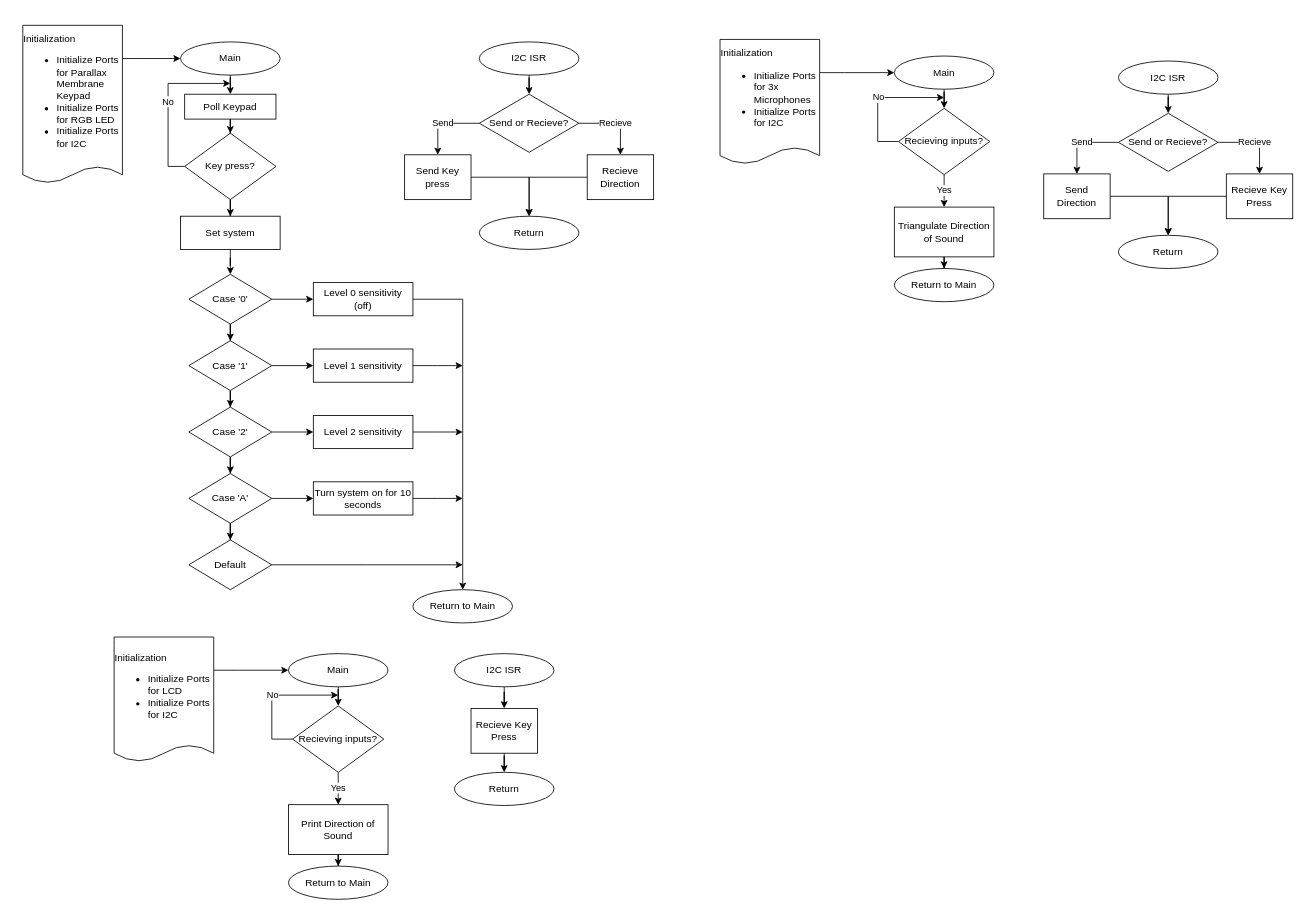
Earlier version of the draw.io diagram docs/assets/FlowChart-gabby.drawio (msu-eele-465/final-project-gabriellaLord). Source tidied: cells renumbered, new cells numbered last; positions are measured from the earlier drawing's top-left corner, leaving out a move shared by most shapes. Both pictures are drawn from the tidied source at 83%, with x=0, y=0 at pixel (22, 25).
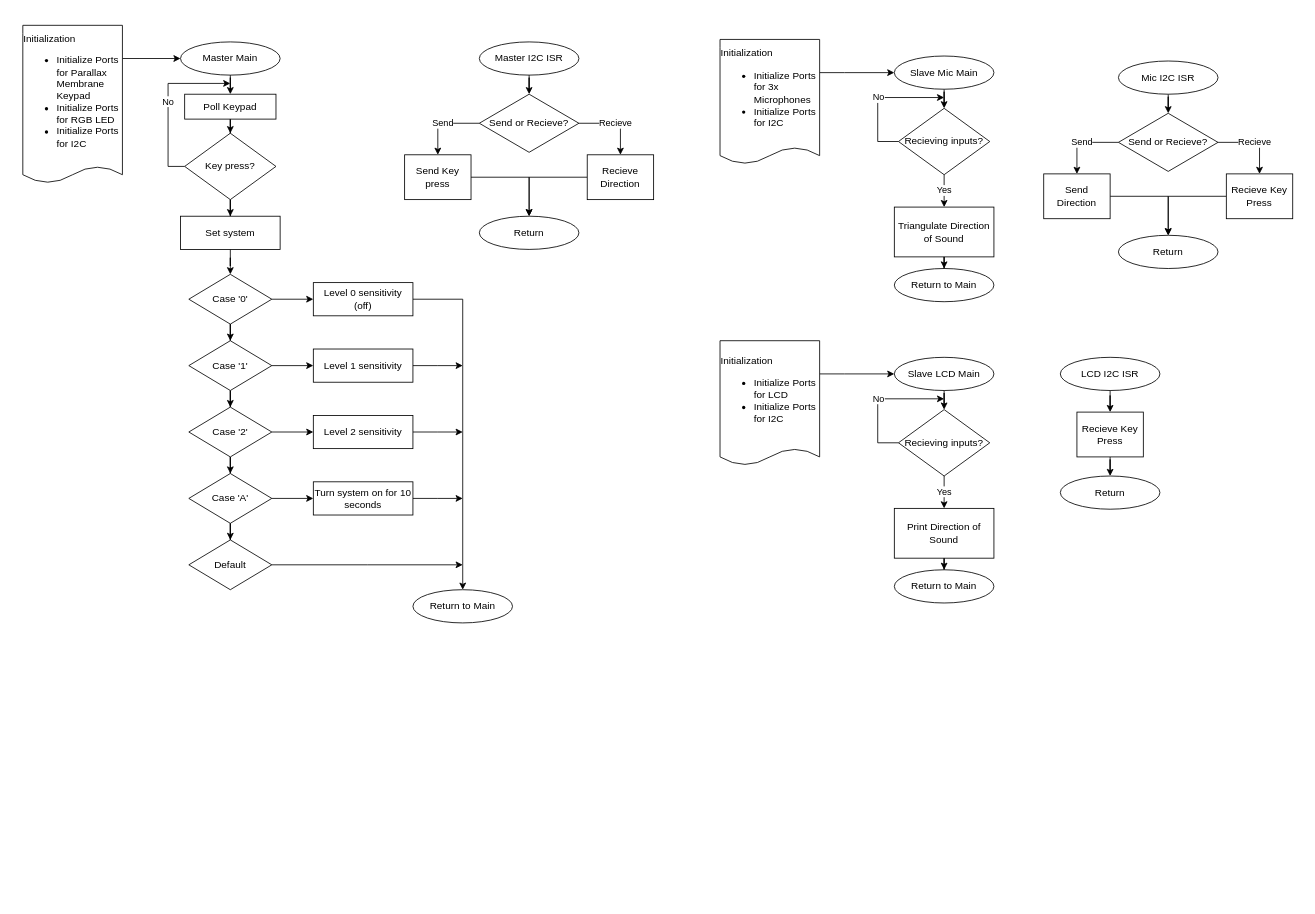
After the change.

Commit message (it also covers changes not shown here):
Background of flowchart and circuit diagram now opaque

Change to the diagram source:
```diff
@@
+    <mxCell id="81" style="rounded=0;whiteSpace=wrap;html=1;strokeColor=none;" parent="1" vertex="1">
+      <mxGeometry x="-10" y="-13" width="1550" height="750" as="geometry" />
+    </mxCell>
@@
-    <mxCell id="5" value="Main" style="ellipse;whiteSpace=wrap;html=1;" parent="1" vertex="1">
+    <mxCell id="5" value="Master Main" style="ellipse;whiteSpace=wrap;html=1;" parent="1" vertex="1">
       <mxGeometry x="190" y="20" width="120" height="40" as="geometry" />
     </mxCell>
@@
-    <mxCell id="39" value="I2C ISR" style="ellipse;whiteSpace=wrap;html=1;" parent="1" vertex="1">
+    <mxCell id="39" value="Master I2C ISR" style="ellipse;whiteSpace=wrap;html=1;" parent="1" vertex="1">
       <mxGeometry x="550" y="20" width="120" height="40" as="geometry" />
     </mxCell>
@@
-    <mxCell id="49" value="Main" style="ellipse;whiteSpace=wrap;html=1;" parent="1" vertex="1">
+    <mxCell id="49" value="Slave Mic Main" style="ellipse;whiteSpace=wrap;html=1;" parent="1" vertex="1">
       <mxGeometry x="1050" y="37" width="120" height="40" as="geometry" />
     </mxCell>
@@
-    <mxCell id="57" value="I2C ISR" style="ellipse;whiteSpace=wrap;html=1;" parent="1" vertex="1">
+    <mxCell id="57" value="Mic I2C ISR" style="ellipse;whiteSpace=wrap;html=1;" parent="1" vertex="1">
       <mxGeometry x="1320" y="43" width="120" height="40" as="geometry" />
     </mxCell>
@@
     <mxCell id="66" style="edgeStyle=orthogonalEdgeStyle;rounded=0;jettySize=auto;html=1;entryX=0;entryY=0.5;entryDx=0;entryDy=0;" parent="1" edge="1" source="67" target="69">
       <mxGeometry relative="1" as="geometry">
         <Array as="points">
-          <mxPoint x="260" y="777" />
-          <mxPoint x="260" y="777" />
+          <mxPoint x="990" y="420" />
+          <mxPoint x="990" y="420" />
         </Array>
       </mxGeometry>
     </mxCell>
     <mxCell id="67" value="&lt;div style=&quot;text-align: left;&quot;&gt;&lt;span style=&quot;background-color: initial;&quot;&gt;Initialization&lt;/span&gt;&lt;/div&gt;&lt;div style=&quot;text-align: left;&quot;&gt;&lt;ul&gt;&lt;li&gt;&lt;span style=&quot;background-color: initial;&quot;&gt;Initialize Ports for LCD&lt;/span&gt;&lt;/li&gt;&lt;li&gt;&lt;span style=&quot;background-color: initial;&quot;&gt;Initialize Ports for I2C&lt;/span&gt;&lt;/li&gt;&lt;/ul&gt;&lt;/div&gt;" style="shape=document;whiteSpace=wrap;html=1;boundedLbl=1;size=0.13333333333333333;" parent="1" vertex="1">
-      <mxGeometry x="110" y="737" width="120" height="150" as="geometry" />
+      <mxGeometry x="840" y="380" width="120" height="150" as="geometry" />
     </mxCell>
@@
-    <mxCell id="69" value="Main" style="ellipse;whiteSpace=wrap;html=1;" parent="1" vertex="1">
-      <mxGeometry x="320" y="757" width="120" height="40" as="geometry" />
+    <mxCell id="69" value="Slave LCD Main" style="ellipse;whiteSpace=wrap;html=1;" parent="1" vertex="1">
+      <mxGeometry x="1050" y="400" width="120" height="40" as="geometry" />
     </mxCell>
     <mxCell id="70" value="No" style="edgeStyle=orthogonalEdgeStyle;rounded=0;jettySize=auto;html=1;" parent="1" edge="1" source="72">
       <mxGeometry relative="1" as="geometry">
-        <mxPoint x="380" y="807" as="targetPoint" />
+        <mxPoint x="1110" y="450" as="targetPoint" />
         <Array as="points">
-          <mxPoint x="300" y="860" />
-          <mxPoint x="300" y="807" />
+          <mxPoint x="1030" y="503" />
+          <mxPoint x="1030" y="450" />
         </Array>
       </mxGeometry>
     </mxCell>
@@
     <mxCell id="72" value="Recieving inputs?" style="rhombus;whiteSpace=wrap;html=1;" parent="1" vertex="1">
-      <mxGeometry x="325" y="820" width="110" height="80" as="geometry" />
+      <mxGeometry x="1055" y="463" width="110" height="80" as="geometry" />
     </mxCell>
@@
     <mxCell id="74" value="Print Direction of Sound" style="rounded=0;whiteSpace=wrap;html=1;" parent="1" vertex="1">
-      <mxGeometry x="320" y="939" width="120" height="60" as="geometry" />
+      <mxGeometry x="1050" y="582" width="120" height="60" as="geometry" />
     </mxCell>
     <mxCell id="75" value="Return to Main" style="ellipse;whiteSpace=wrap;html=1;" parent="1" vertex="1">
-      <mxGeometry x="320" y="1013" width="120" height="40" as="geometry" />
+      <mxGeometry x="1050" y="656" width="120" height="40" as="geometry" />
     </mxCell>
@@
-    <mxCell id="77" value="I2C ISR" style="ellipse;whiteSpace=wrap;html=1;" parent="1" vertex="1">
-      <mxGeometry x="520" y="757" width="120" height="40" as="geometry" />
+    <mxCell id="77" value="LCD I2C ISR" style="ellipse;whiteSpace=wrap;html=1;" parent="1" vertex="1">
+      <mxGeometry x="1250" y="400" width="120" height="40" as="geometry" />
     </mxCell>
     <mxCell id="78" value="Return" style="ellipse;whiteSpace=wrap;html=1;" parent="1" vertex="1">
-      <mxGeometry x="520" y="900" width="120" height="40" as="geometry" />
+      <mxGeometry x="1250" y="543" width="120" height="40" as="geometry" />
     </mxCell>
@@
     <mxCell id="80" value="Recieve Key Press" style="rounded=0;whiteSpace=wrap;html=1;" parent="1" vertex="1">
-      <mxGeometry x="540" y="823" width="80" height="54" as="geometry" />
+      <mxGeometry x="1270" y="466" width="80" height="54" as="geometry" />
     </mxCell>
```
